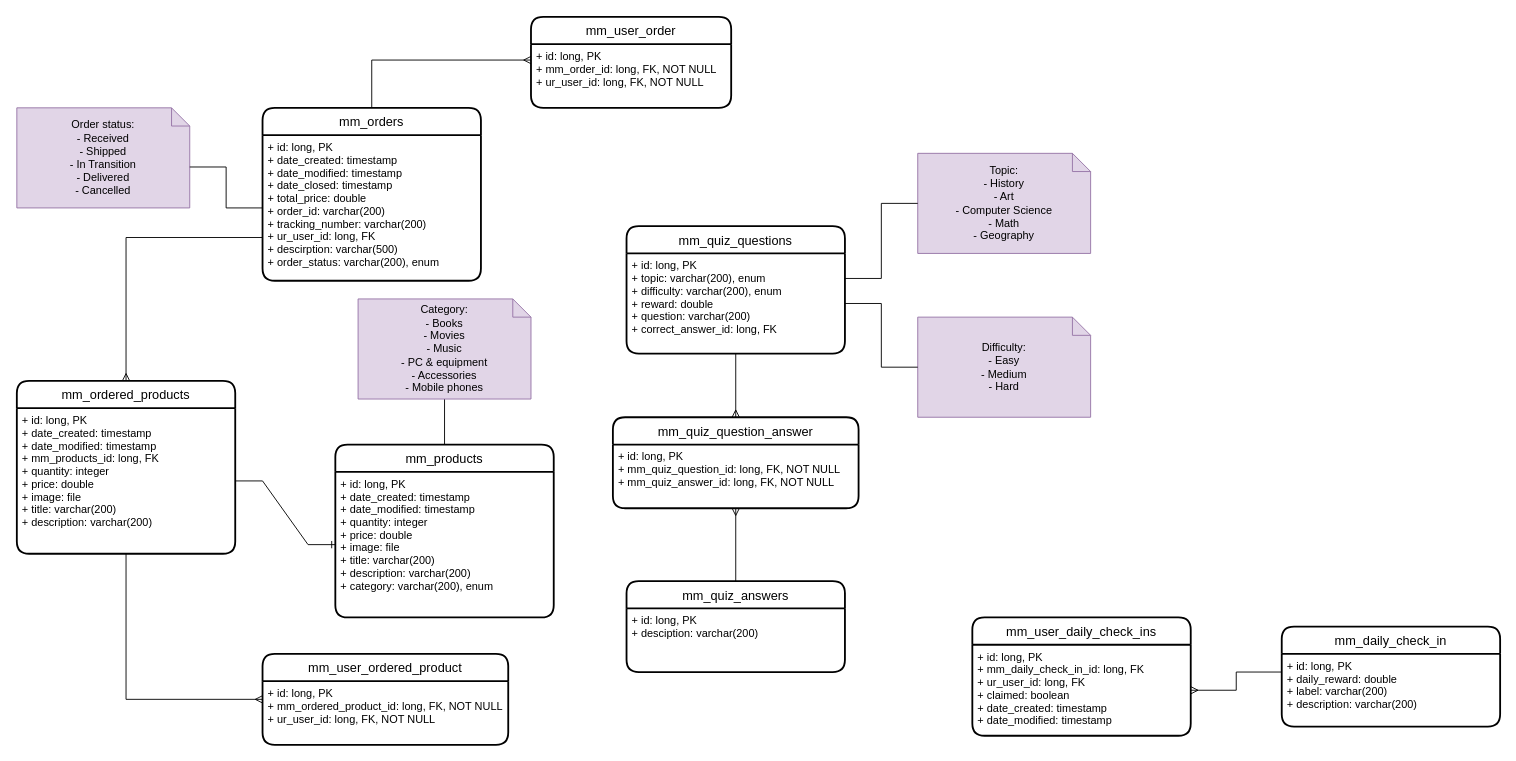
Earlier version of the draw.io diagram page "metamodels" (2 of 2) of EMT_diagrams.drawio (bbozilov26/EMT_2023_backend). Source tidied: cells renumbered, new cells numbered last; positions are measured from the earlier drawing's top-left corner, leaving out a move shared by most shapes. Both pictures are drawn from the tidied source at 91%, with x=0, y=0 at pixel (16, 16).
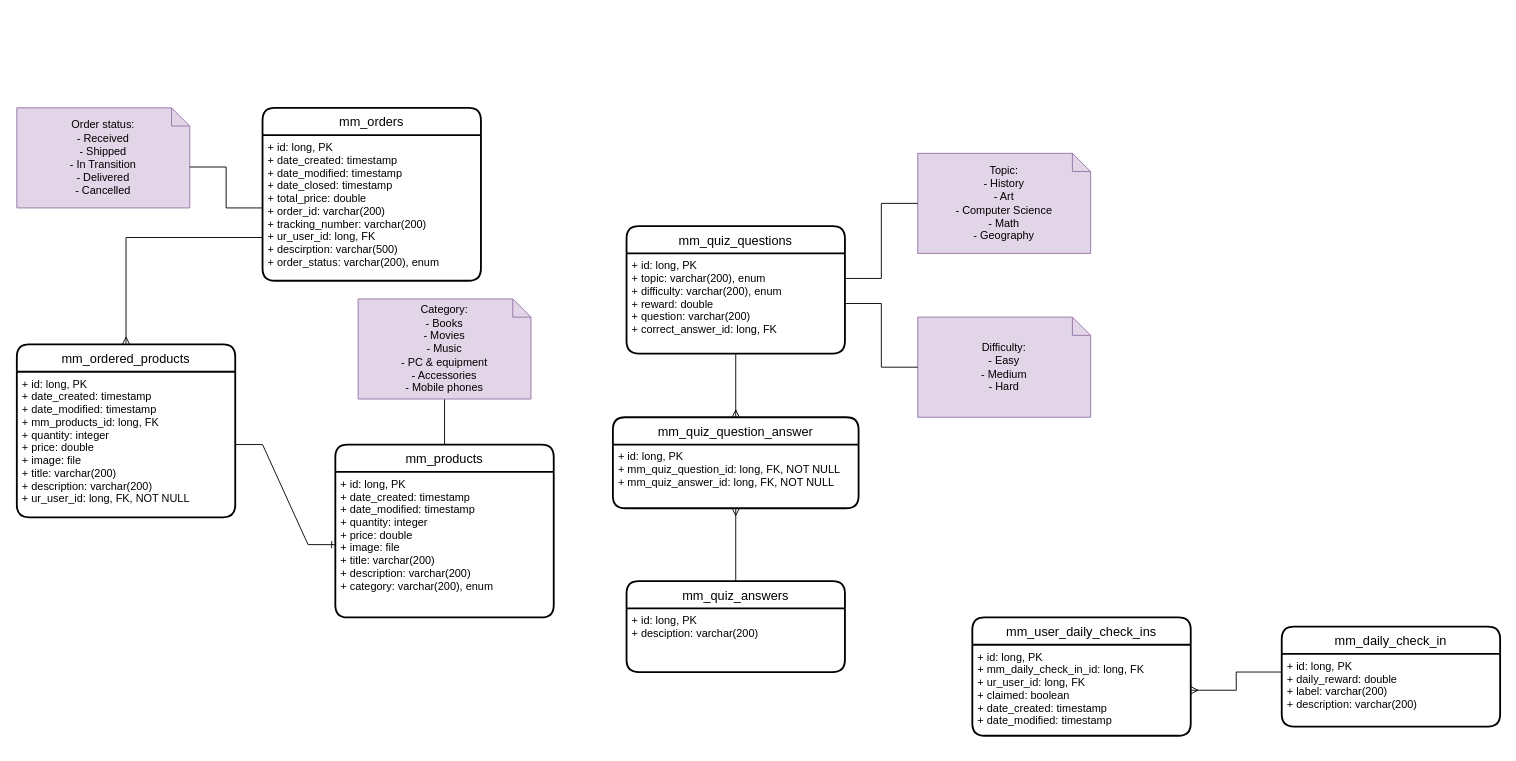
The same page after the edit.

Unchanged cells that the change refers to:
```xml
<mxCell id="22" value="mm_orders" style="swimlane;horizontal=1;startSize=30;rounded=1;fontSize=14;fontStyle=0;strokeWidth=2;shadow=0;dashed=0;align=center;" parent="1" vertex="1">
  <mxGeometry x="270" y="100" width="240" height="190" as="geometry" />
</mxCell>
```

Change to the diagram source:
```diff
@@
-    <mxCell id="14" style="edgeStyle=orthogonalEdgeStyle;rounded=0;jettySize=auto;html=1;entryX=0;entryY=0.5;entryDx=0;entryDy=0;endArrow=ERmany;endFill=0;exitX=0.5;exitY=1;exitDx=0;exitDy=0;" parent="1" edge="1" source="28" target="15">
-      <mxGeometry relative="1" as="geometry" />
-    </mxCell>
-    <mxCell id="15" value="mm_user_ordered_product" style="swimlane;horizontal=1;startSize=30;rounded=1;fontSize=14;fontStyle=0;strokeWidth=2;shadow=0;dashed=0;align=center;" parent="1" vertex="1">
-      <mxGeometry x="270" y="700" width="270" height="100" as="geometry" />
-    </mxCell>
-    <mxCell id="16" value="+ id: long, PK&#10;+ mm_ordered_product_id: long, FK, NOT NULL&#10;+ ur_user_id: long, FK, NOT NULL" style="align=left;strokeColor=none;fillColor=none;spacingLeft=4;fontSize=12;verticalAlign=top;" parent="15" vertex="1">
-      <mxGeometry y="30" width="270" height="70" as="geometry" />
-    </mxCell>
@@
     <mxCell id="27" value="mm_ordered_products" style="swimlane;horizontal=1;startSize=30;rounded=1;fontSize=14;fontStyle=0;strokeWidth=2;shadow=0;dashed=0;align=center;" parent="1" vertex="1">
-      <mxGeometry y="400" width="240" height="190" as="geometry" />
+      <mxGeometry y="360" width="240" height="190" as="geometry" />
     </mxCell>
-    <mxCell id="28" value="+ id: long, PK&#10;+ date_created: timestamp&#10;+ date_modified: timestamp&#10;+ mm_products_id: long, FK&#10;+ quantity: integer&#10;+ price: double&#10;+ image: file&#10;+ title: varchar(200)&#10;+ description: varchar(200)" style="align=left;strokeColor=none;fillColor=none;spacingLeft=4;fontSize=12;verticalAlign=top;" parent="27" vertex="1">
+    <mxCell id="28" value="+ id: long, PK&#10;+ date_created: timestamp&#10;+ date_modified: timestamp&#10;+ mm_products_id: long, FK&#10;+ quantity: integer&#10;+ price: double&#10;+ image: file&#10;+ title: varchar(200)&#10;+ description: varchar(200)&#10;+ ur_user_id: long, FK, NOT NULL" style="align=left;strokeColor=none;fillColor=none;spacingLeft=4;fontSize=12;verticalAlign=top;" parent="27" vertex="1">
       <mxGeometry y="30" width="240" height="160" as="geometry" />
     </mxCell>
@@
-    <mxCell id="34" value="mm_user_order" style="swimlane;horizontal=1;startSize=30;rounded=1;fontSize=14;fontStyle=0;strokeWidth=2;shadow=0;dashed=0;align=center;" parent="1" vertex="1">
-      <mxGeometry x="565" width="220" height="100" as="geometry" />
-    </mxCell>
-    <mxCell id="35" value="+ id: long, PK&#10;+ mm_order_id: long, FK, NOT NULL&#10;+ ur_user_id: long, FK, NOT NULL" style="align=left;strokeColor=none;fillColor=none;spacingLeft=4;fontSize=12;verticalAlign=top;" parent="34" vertex="1">
-      <mxGeometry y="30" width="220" height="70" as="geometry" />
-    </mxCell>
-    <mxCell id="36" style="edgeStyle=orthogonalEdgeStyle;rounded=0;jettySize=auto;html=1;entryX=0;entryY=0.25;entryDx=0;entryDy=0;endArrow=ERmany;endFill=0;exitX=0.5;exitY=0;exitDx=0;exitDy=0;" parent="1" edge="1" source="22" target="35">
-      <mxGeometry relative="1" as="geometry" />
-    </mxCell>
```
